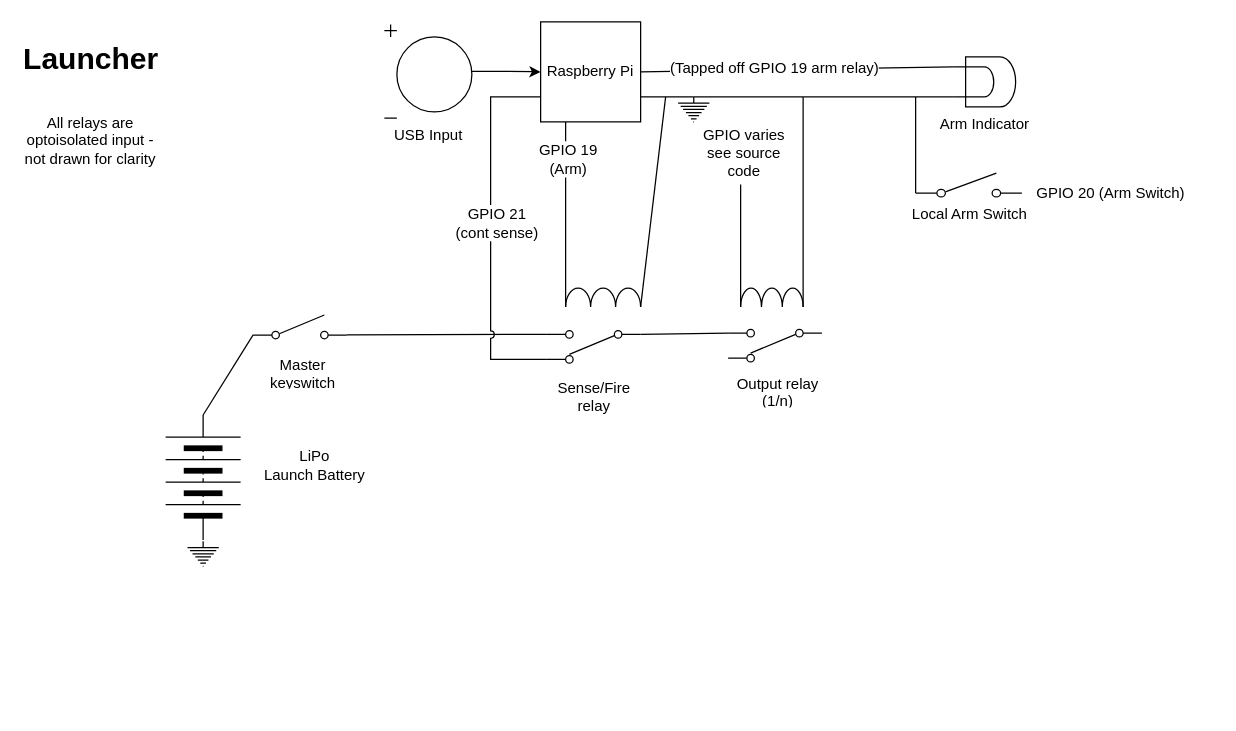
The draw.io diagram Launcher Schematic.drawio in PaulTimmins/pi-launcher, before the edit. Source tidied: cells renumbered, new cells numbered last; positions are measured from the earlier drawing's top-left corner, leaving out a move shared by most shapes. Both pictures are drawn from the tidied source at 125%, with x=0, y=0 at pixel (21, 21).
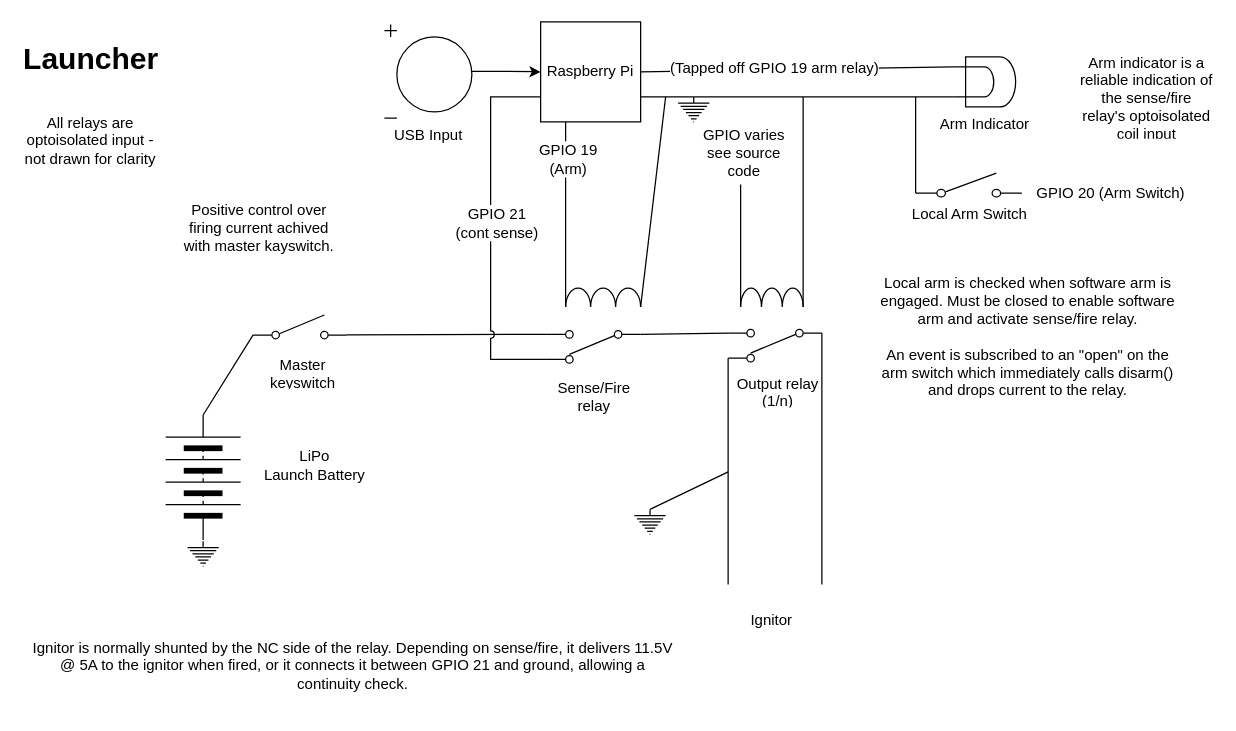
The same diagram, later.

Commit message:
Final planned schematic committed

The change refers to these unchanged cells:
```xml
<mxCell id="23" style="verticalLabelPosition=bottom;shadow=0;dashed=0;align=center;fillColor=#ffffff;html=1;verticalAlign=top;strokeWidth=1;shape=mxgraph.electrical.electro-mechanical.2-way_switch;direction=west;" parent="1" vertex="1">
  <mxGeometry x="565" y="246" width="75" height="26" as="geometry" />
</mxCell>
```

What changed in the source:
```diff
@@
+    <mxCell id="39" style="endArrow=none;html=1;entryX=1;entryY=0.115;entryDx=0;entryDy=0;entryPerimeter=0;" parent="1" edge="1" target="23">
+      <mxGeometry relative="1" as="geometry">
+        <mxPoint x="565" y="450" as="sourcePoint" />
+      </mxGeometry>
+    </mxCell>
+    <mxCell id="40" style="endArrow=none;html=1;entryX=0;entryY=0.885;entryDx=0;entryDy=0;entryPerimeter=0;" parent="1" edge="1" target="23">
+      <mxGeometry relative="1" as="geometry">
+        <mxPoint x="640" y="450" as="sourcePoint" />
+      </mxGeometry>
+    </mxCell>
+    <mxCell id="41" style="verticalLabelPosition=bottom;shadow=0;dashed=0;align=center;fillColor=#ffffff;html=1;verticalAlign=top;strokeWidth=1;shape=mxgraph.electrical.signal_sources.protective_earth;" parent="1" vertex="1">
+      <mxGeometry x="490" y="390" width="25" height="20" as="geometry" />
+    </mxCell>
+    <mxCell id="42" style="endArrow=none;html=1;exitX=0.5;exitY=0;exitDx=0;exitDy=0;exitPerimeter=0;" parent="1" edge="1" source="41">
+      <mxGeometry relative="1" as="geometry">
+        <mxPoint x="565" y="360" as="targetPoint" />
+      </mxGeometry>
+    </mxCell>
+    <mxCell id="43" value="Ignitor" style="text;html=1;strokeColor=none;fillColor=none;align=center;verticalAlign=middle;whiteSpace=wrap;overflow=hidden;" parent="1" vertex="1">
+      <mxGeometry x="560" y="463.5" width="80" height="31" as="geometry" />
+    </mxCell>
+    <mxCell id="44" value="Ignitor is normally shunted by the NC side of the relay. Depending on sense/fire, it delivers 11.5V @ 5A to the ignitor when fired, or it connects it between GPIO 21 and ground, allowing a continuity check." style="text;html=1;strokeColor=none;fillColor=none;align=center;verticalAlign=middle;whiteSpace=wrap;overflow=hidden;" parent="1" vertex="1">
+      <mxGeometry x="5" y="479" width="520" height="71" as="geometry" />
+    </mxCell>
+    <mxCell id="45" value="&lt;div&gt;Local arm is checked when software arm is engaged. Must be closed to enable software arm and activate sense/fire relay.&lt;/div&gt;&lt;div&gt;&lt;br&gt;&lt;/div&gt;&lt;div&gt;An event is subscribed to an &quot;open&quot; on the arm switch which immediately calls disarm() and drops current to the relay.&lt;br&gt;&lt;/div&gt;" style="text;html=1;strokeColor=none;fillColor=none;align=center;verticalAlign=middle;whiteSpace=wrap;overflow=hidden;" parent="1" vertex="1">
+      <mxGeometry x="685" y="174" width="240" height="156" as="geometry" />
+    </mxCell>
+    <mxCell id="46" value="Positive control over firing current achived with master kayswitch." style="text;html=1;strokeColor=none;fillColor=none;align=center;verticalAlign=middle;whiteSpace=wrap;overflow=hidden;" parent="1" vertex="1">
+      <mxGeometry x="125" y="120" width="130" height="90" as="geometry" />
+    </mxCell>
+    <mxCell id="47" value="Arm indicator is a reliable indication of the sense/fire relay's optoisolated coil input" style="text;html=1;strokeColor=none;fillColor=none;align=center;verticalAlign=middle;whiteSpace=wrap;overflow=hidden;" parent="1" vertex="1">
+      <mxGeometry x="845" y="23" width="110" height="72" as="geometry" />
+    </mxCell>
```
